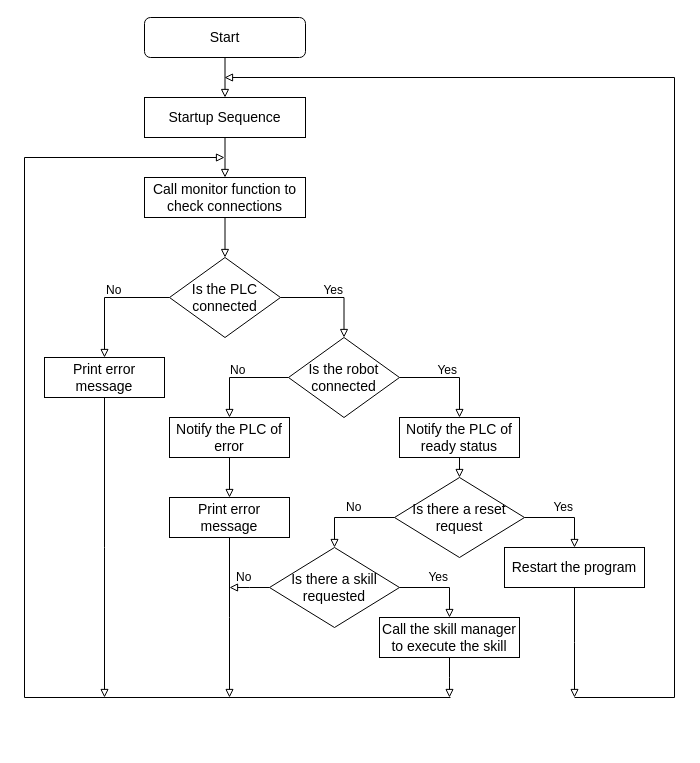
frangonzalez98/Diagramas_PFG keeps this draw.io diagram as Recycling Module Program Ablaufdiagram.drawio. Above is the earlier version. Source tidied: cells renumbered, new cells numbered last; positions are measured from the earlier drawing's top-left corner, leaving out a move shared by most shapes. Both pictures are drawn from the tidied source at 100%, with x=0, y=0 at pixel (24, 17).
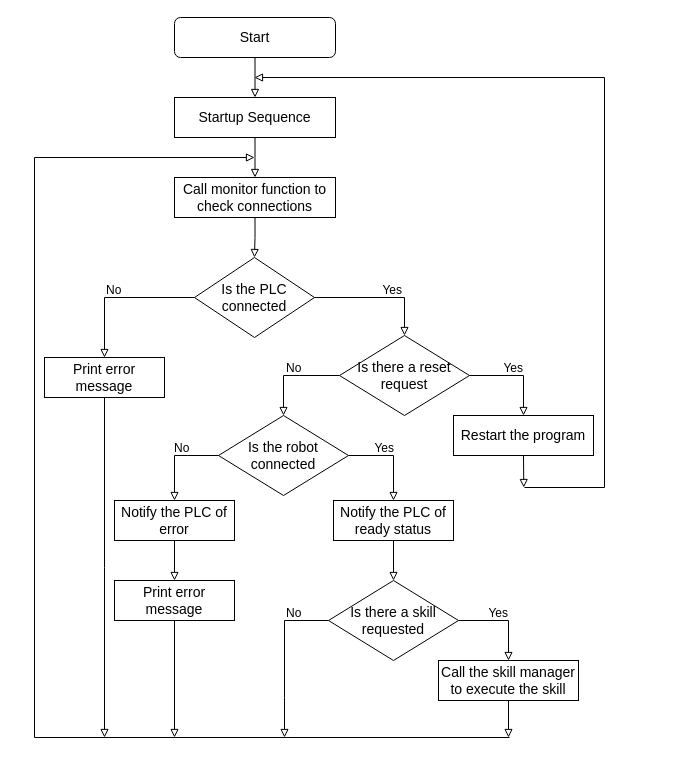
The same diagram, later.

The change refers to these unchanged cells:
```xml
<mxCell id="8" value="&lt;font style=&quot;font-size: 14px;&quot;&gt;Print error message&lt;/font&gt;" style="rounded=0;whiteSpace=wrap;html=1;fillColor=none;" parent="1" vertex="1">
  <mxGeometry x="20" y="340" width="120" height="40" as="geometry" />
</mxCell>
```

Change to the diagram source:
```diff
@@
     <mxCell id="3" value="&lt;font style=&quot;font-size: 14px;&quot;&gt;Start&lt;/font&gt;" style="rounded=1;whiteSpace=wrap;html=1;fontSize=12;glass=0;strokeWidth=1;shadow=0;fillColor=none;" parent="1" vertex="1">
-      <mxGeometry x="120" width="161" height="40" as="geometry" />
+      <mxGeometry x="150" width="161" height="40" as="geometry" />
     </mxCell>
@@
-    <mxCell id="5" style="edgeStyle=orthogonalEdgeStyle;rounded=0;jettySize=auto;html=1;exitX=1;exitY=0.5;exitDx=0;exitDy=0;entryX=0.5;entryY=0;entryDx=0;entryDy=0;endArrow=block;endFill=0;" parent="1" edge="1" source="6" target="17">
-      <mxGeometry relative="1" as="geometry" />
-    </mxCell>
+    <mxCell id="42" style="edgeStyle=orthogonalEdgeStyle;rounded=0;jettySize=auto;html=1;exitX=1;exitY=0.5;exitDx=0;exitDy=0;entryX=0.5;entryY=0;entryDx=0;entryDy=0;endArrow=block;endFill=0;" parent="1" edge="1" source="6" target="29">
+      <mxGeometry relative="1" as="geometry" />
+    </mxCell>
     <mxCell id="6" value="&lt;font style=&quot;font-size: 14px;&quot;&gt;Is the PLC connected&lt;/font&gt;" style="rhombus;whiteSpace=wrap;html=1;fontSize=12;fillColor=none;" parent="1" vertex="1">
-      <mxGeometry x="145" y="240" width="111" height="80" as="geometry" />
+      <mxGeometry x="170" y="240" width="120" height="80" as="geometry" />
     </mxCell>
-    <mxCell id="7" style="edgeStyle=orthogonalEdgeStyle;rounded=0;jettySize=auto;html=1;exitX=0.5;exitY=1;exitDx=0;exitDy=0;fontSize=14;endArrow=block;endFill=0;" parent="1" edge="1" source="8">
-      <mxGeometry relative="1" as="geometry">
-        <mxPoint x="80" y="680" as="targetPoint" />
-      </mxGeometry>
-    </mxCell>
+    <mxCell id="43" style="edgeStyle=orthogonalEdgeStyle;rounded=0;jettySize=auto;html=1;exitX=0.5;exitY=1;exitDx=0;exitDy=0;fontSize=14;endArrow=block;endFill=0;" parent="1" edge="1" source="8">
+      <mxGeometry relative="1" as="geometry">
+        <mxPoint x="80" y="720" as="targetPoint" />
+      </mxGeometry>
+    </mxCell>
@@
-    <mxCell id="10" value="Yes" style="text;html=1;strokeColor=none;fillColor=none;align=right;verticalAlign=middle;whiteSpace=wrap;rounded=0;fontSize=12;" parent="1" vertex="1">
-      <mxGeometry x="375" y="338" width="60" height="30" as="geometry" />
-    </mxCell>
-    <mxCell id="11" style="edgeStyle=orthogonalEdgeStyle;rounded=0;jettySize=auto;html=1;exitX=0.5;exitY=1;exitDx=0;exitDy=0;endArrow=block;endFill=0;" parent="1" edge="1" source="12">
-      <mxGeometry relative="1" as="geometry">
-        <mxPoint x="205" y="680" as="targetPoint" />
-      </mxGeometry>
-    </mxCell>
-    <mxCell id="12" value="&lt;font style=&quot;font-size: 14px;&quot;&gt;Print error message&lt;/font&gt;" style="rounded=0;whiteSpace=wrap;html=1;fillColor=none;" parent="1" vertex="1">
-      <mxGeometry x="145" y="480" width="120" height="40" as="geometry" />
-    </mxCell>
-    <mxCell id="13" style="edgeStyle=orthogonalEdgeStyle;rounded=0;jettySize=auto;html=1;exitX=0.5;exitY=1;exitDx=0;exitDy=0;entryX=0.5;entryY=0;entryDx=0;entryDy=0;fontSize=14;endArrow=block;endFill=0;" parent="1" edge="1" source="14">
-      <mxGeometry relative="1" as="geometry">
-        <mxPoint x="200.5" y="160" as="targetPoint" />
-      </mxGeometry>
-    </mxCell>
+    <mxCell id="44" value="Yes" style="text;html=1;strokeColor=none;fillColor=none;align=right;verticalAlign=middle;whiteSpace=wrap;rounded=0;fontSize=12;" parent="1" vertex="1">
+      <mxGeometry x="441" y="336" width="60" height="30" as="geometry" />
+    </mxCell>
+    <mxCell id="45" style="edgeStyle=orthogonalEdgeStyle;rounded=0;jettySize=auto;html=1;exitX=0.5;exitY=1;exitDx=0;exitDy=0;entryX=0.5;entryY=0;entryDx=0;entryDy=0;fontSize=14;endArrow=block;endFill=0;" parent="1" edge="1" source="14">
+      <mxGeometry relative="1" as="geometry">
+        <mxPoint x="230.5" y="160" as="targetPoint" />
+      </mxGeometry>
+    </mxCell>
     <mxCell id="14" value="&lt;font style=&quot;font-size: 14px;&quot;&gt;Startup Sequence&lt;/font&gt;" style="rounded=0;whiteSpace=wrap;html=1;fillColor=none;" parent="1" vertex="1">
-      <mxGeometry x="120" y="80" width="161" height="40" as="geometry" />
+      <mxGeometry x="150" y="80" width="161" height="40" as="geometry" />
     </mxCell>
-    <mxCell id="15" style="edgeStyle=orthogonalEdgeStyle;rounded=0;jettySize=auto;html=1;exitX=0;exitY=0.5;exitDx=0;exitDy=0;entryX=0.5;entryY=0;entryDx=0;entryDy=0;endArrow=block;endFill=0;" parent="1" edge="1" source="17" target="24">
-      <mxGeometry relative="1" as="geometry" />
-    </mxCell>
-    <mxCell id="16" style="edgeStyle=orthogonalEdgeStyle;rounded=0;jettySize=auto;html=1;exitX=1;exitY=0.5;exitDx=0;exitDy=0;entryX=0.5;entryY=0;entryDx=0;entryDy=0;endArrow=block;endFill=0;" parent="1" edge="1" source="17" target="26">
-      <mxGeometry relative="1" as="geometry" />
-    </mxCell>
-    <mxCell id="17" value="&lt;font style=&quot;font-size: 14px;&quot;&gt;Is the robot connected&lt;/font&gt;" style="rhombus;whiteSpace=wrap;html=1;fontSize=12;fillColor=none;" parent="1" vertex="1">
-      <mxGeometry x="264" y="320" width="111" height="80" as="geometry" />
-    </mxCell>
-    <mxCell id="18" value="No" style="text;html=1;strokeColor=none;fillColor=none;align=left;verticalAlign=middle;whiteSpace=wrap;rounded=0;fontSize=12;" parent="1" vertex="1">
-      <mxGeometry x="204" y="338" width="60" height="30" as="geometry" />
-    </mxCell>
-    <mxCell id="19" value="Yes" style="text;html=1;strokeColor=none;fillColor=none;align=right;verticalAlign=middle;whiteSpace=wrap;rounded=0;fontSize=12;" parent="1" vertex="1">
-      <mxGeometry x="261" y="258" width="60" height="30" as="geometry" />
-    </mxCell>
-    <mxCell id="20" style="endArrow=block;html=1;rounded=0;fontSize=14;endFill=0;" parent="1" edge="1">
-      <mxGeometry relative="1" as="geometry">
-        <mxPoint x="426" y="680" as="sourcePoint" />
-        <mxPoint x="200" y="140" as="targetPoint" />
-        <Array as="points">
-          <mxPoint y="680" />
-          <mxPoint y="140" />
-        </Array>
-      </mxGeometry>
-    </mxCell>
+    <mxCell id="46" style="edgeStyle=orthogonalEdgeStyle;rounded=0;jettySize=auto;html=1;exitX=0;exitY=0.5;exitDx=0;exitDy=0;entryX=0.5;entryY=0;entryDx=0;entryDy=0;endArrow=block;endFill=0;" parent="1" edge="1" source="29" target="17">
+      <mxGeometry relative="1" as="geometry" />
+    </mxCell>
+    <mxCell id="47" value="No" style="text;html=1;strokeColor=none;fillColor=none;align=left;verticalAlign=middle;whiteSpace=wrap;rounded=0;fontSize=12;" parent="1" vertex="1">
+      <mxGeometry x="259.5" y="336" width="60" height="30" as="geometry" />
+    </mxCell>
+    <mxCell id="48" value="Yes" style="text;html=1;strokeColor=none;fillColor=none;align=right;verticalAlign=middle;whiteSpace=wrap;rounded=0;fontSize=12;" parent="1" vertex="1">
+      <mxGeometry x="320" y="258" width="60" height="30" as="geometry" />
+    </mxCell>
+    <mxCell id="49" style="endArrow=block;html=1;rounded=0;fontSize=14;endFill=0;" parent="1" edge="1">
+      <mxGeometry relative="1" as="geometry">
+        <mxPoint x="485" y="720" as="sourcePoint" />
+        <mxPoint x="230" y="140" as="targetPoint" />
+        <Array as="points">
+          <mxPoint x="10" y="720" />
+          <mxPoint x="10" y="140" />
+        </Array>
+      </mxGeometry>
+    </mxCell>
@@
     <mxCell id="22" value="&lt;span style=&quot;font-size: 14px;&quot;&gt;Call monitor function to check connections&lt;/span&gt;" style="rounded=0;whiteSpace=wrap;html=1;fillColor=none;" parent="1" vertex="1">
-      <mxGeometry x="120" y="160" width="161" height="40" as="geometry" />
+      <mxGeometry x="150" y="160" width="161" height="40" as="geometry" />
     </mxCell>
+    <mxCell id="50" style="edgeStyle=orthogonalEdgeStyle;rounded=0;jettySize=auto;html=1;exitX=0.5;exitY=1;exitDx=0;exitDy=0;entryX=0.5;entryY=0;entryDx=0;entryDy=0;endArrow=block;endFill=0;" parent="1" edge="1" source="26" target="36">
+      <mxGeometry relative="1" as="geometry" />
+    </mxCell>
+    <mxCell id="26" value="&lt;span style=&quot;font-size: 14px;&quot;&gt;Notify the PLC of ready status&lt;/span&gt;" style="rounded=0;whiteSpace=wrap;html=1;fillColor=none;" parent="1" vertex="1">
+      <mxGeometry x="309" y="483" width="120" height="40" as="geometry" />
+    </mxCell>
+    <mxCell id="51" style="edgeStyle=orthogonalEdgeStyle;rounded=0;jettySize=auto;html=1;exitX=0.5;exitY=1;exitDx=0;exitDy=0;endArrow=block;endFill=0;" parent="1" edge="1" source="33">
+      <mxGeometry relative="1" as="geometry">
+        <mxPoint x="499.3" y="470" as="targetPoint" />
+      </mxGeometry>
+    </mxCell>
+    <mxCell id="33" value="&lt;span style=&quot;font-size: 14px;&quot;&gt;Restart the program&lt;/span&gt;" style="rounded=0;whiteSpace=wrap;html=1;fillColor=none;" parent="1" vertex="1">
+      <mxGeometry x="429" y="398" width="140" height="40" as="geometry" />
+    </mxCell>
+    <mxCell id="34" style="edgeStyle=orthogonalEdgeStyle;rounded=0;jettySize=auto;html=1;exitX=1;exitY=0.5;exitDx=0;exitDy=0;entryX=0.5;entryY=0;entryDx=0;entryDy=0;endArrow=block;endFill=0;" parent="1" edge="1" source="36" target="40">
+      <mxGeometry relative="1" as="geometry" />
+    </mxCell>
+    <mxCell id="52" style="edgeStyle=orthogonalEdgeStyle;rounded=0;jettySize=auto;html=1;exitX=0;exitY=0.5;exitDx=0;exitDy=0;endArrow=block;endFill=0;" parent="1" edge="1" source="36">
+      <mxGeometry relative="1" as="geometry">
+        <mxPoint x="260" y="720" as="targetPoint" />
+        <Array as="points">
+          <mxPoint x="260" y="603" />
+          <mxPoint x="260" y="680" />
+        </Array>
+      </mxGeometry>
+    </mxCell>
+    <mxCell id="36" value="&lt;font style=&quot;font-size: 14px;&quot;&gt;Is there a skill requested&lt;/font&gt;" style="rhombus;whiteSpace=wrap;html=1;fontSize=12;fillColor=none;" parent="1" vertex="1">
+      <mxGeometry x="304" y="563" width="130" height="80" as="geometry" />
+    </mxCell>
+    <mxCell id="53" value="Yes" style="text;html=1;strokeColor=none;fillColor=none;align=right;verticalAlign=middle;whiteSpace=wrap;rounded=0;fontSize=12;" parent="1" vertex="1">
+      <mxGeometry x="445" y="581" width="40.5" height="30" as="geometry" />
+    </mxCell>
+    <mxCell id="54" value="No" style="text;html=1;strokeColor=none;fillColor=none;align=left;verticalAlign=middle;whiteSpace=wrap;rounded=0;fontSize=12;" parent="1" vertex="1">
+      <mxGeometry x="259.5" y="581" width="30.5" height="30" as="geometry" />
+    </mxCell>
+    <mxCell id="55" style="edgeStyle=orthogonalEdgeStyle;rounded=0;jettySize=auto;html=1;exitX=0.5;exitY=1;exitDx=0;exitDy=0;endArrow=block;endFill=0;" parent="1" edge="1" source="40">
+      <mxGeometry relative="1" as="geometry">
+        <mxPoint x="484" y="720" as="targetPoint" />
+      </mxGeometry>
+    </mxCell>
+    <mxCell id="40" value="&lt;span style=&quot;font-size: 14px;&quot;&gt;Call the skill manager to execute the skill&lt;/span&gt;" style="rounded=0;whiteSpace=wrap;html=1;fillColor=none;" parent="1" vertex="1">
+      <mxGeometry x="414" y="643" width="140" height="40" as="geometry" />
+    </mxCell>
+    <mxCell id="56" style="endArrow=block;html=1;rounded=0;endFill=0;" parent="1" edge="1">
+      <mxGeometry relative="1" as="geometry">
+        <mxPoint x="500" y="470" as="sourcePoint" />
+        <mxPoint x="230" y="60" as="targetPoint" />
+        <Array as="points">
+          <mxPoint x="580" y="470" />
+          <mxPoint x="580" y="60" />
+        </Array>
+      </mxGeometry>
+    </mxCell>
+    <mxCell id="28" style="edgeStyle=orthogonalEdgeStyle;rounded=0;jettySize=auto;html=1;exitX=1;exitY=0.5;exitDx=0;exitDy=0;entryX=0.5;entryY=0;entryDx=0;entryDy=0;endArrow=block;endFill=0;" parent="1" edge="1" source="29" target="33">
+      <mxGeometry relative="1" as="geometry" />
+    </mxCell>
+    <mxCell id="29" value="&lt;font style=&quot;font-size: 14px;&quot;&gt;Is there a reset request&lt;/font&gt;" style="rhombus;whiteSpace=wrap;html=1;fontSize=12;fillColor=none;" parent="1" vertex="1">
+      <mxGeometry x="315" y="318" width="130" height="80" as="geometry" />
+    </mxCell>
+    <mxCell id="16" style="edgeStyle=orthogonalEdgeStyle;rounded=0;jettySize=auto;html=1;exitX=1;exitY=0.5;exitDx=0;exitDy=0;entryX=0.5;entryY=0;entryDx=0;entryDy=0;endArrow=block;endFill=0;" parent="1" edge="1" source="17" target="26">
+      <mxGeometry relative="1" as="geometry" />
+    </mxCell>
+    <mxCell id="15" style="edgeStyle=orthogonalEdgeStyle;rounded=0;jettySize=auto;html=1;exitX=0;exitY=0.5;exitDx=0;exitDy=0;entryX=0.5;entryY=0;entryDx=0;entryDy=0;endArrow=block;endFill=0;" parent="1" edge="1" source="17" target="24">
+      <mxGeometry relative="1" as="geometry" />
+    </mxCell>
+    <mxCell id="17" value="&lt;font style=&quot;font-size: 14px;&quot;&gt;Is the robot connected&lt;/font&gt;" style="rhombus;whiteSpace=wrap;html=1;fontSize=12;fillColor=none;" parent="1" vertex="1">
+      <mxGeometry x="194" y="398" width="130" height="80" as="geometry" />
+    </mxCell>
+    <mxCell id="57" style="edgeStyle=orthogonalEdgeStyle;rounded=0;jettySize=auto;html=1;exitX=0.5;exitY=1;exitDx=0;exitDy=0;endArrow=block;endFill=0;" parent="1" edge="1" source="12">
+      <mxGeometry relative="1" as="geometry">
+        <mxPoint x="150" y="720" as="targetPoint" />
+      </mxGeometry>
+    </mxCell>
+    <mxCell id="12" value="&lt;font style=&quot;font-size: 14px;&quot;&gt;Print error message&lt;/font&gt;" style="rounded=0;whiteSpace=wrap;html=1;fillColor=none;" parent="1" vertex="1">
+      <mxGeometry x="90" y="563" width="120" height="40" as="geometry" />
+    </mxCell>
@@
     <mxCell id="24" value="&lt;font style=&quot;font-size: 14px;&quot;&gt;Notify the PLC of error&lt;/font&gt;" style="rounded=0;whiteSpace=wrap;html=1;fillColor=none;" parent="1" vertex="1">
-      <mxGeometry x="145" y="400" width="120" height="40" as="geometry" />
+      <mxGeometry x="90" y="483" width="120" height="40" as="geometry" />
     </mxCell>
-    <mxCell id="25" style="edgeStyle=orthogonalEdgeStyle;rounded=0;jettySize=auto;html=1;exitX=0.5;exitY=1;exitDx=0;exitDy=0;entryX=0.5;entryY=0;entryDx=0;entryDy=0;endArrow=block;endFill=0;" parent="1" edge="1" source="26" target="29">
-      <mxGeometry relative="1" as="geometry" />
-    </mxCell>
-    <mxCell id="26" value="&lt;span style=&quot;font-size: 14px;&quot;&gt;Notify the PLC of ready status&lt;/span&gt;" style="rounded=0;whiteSpace=wrap;html=1;fillColor=none;" parent="1" vertex="1">
-      <mxGeometry x="375" y="400" width="120" height="40" as="geometry" />
-    </mxCell>
-    <mxCell id="27" style="edgeStyle=orthogonalEdgeStyle;rounded=0;jettySize=auto;html=1;exitX=0;exitY=0.5;exitDx=0;exitDy=0;endArrow=block;endFill=0;entryX=0.5;entryY=0;entryDx=0;entryDy=0;" parent="1" edge="1" source="29" target="36">
-      <mxGeometry relative="1" as="geometry" />
-    </mxCell>
-    <mxCell id="28" style="edgeStyle=orthogonalEdgeStyle;rounded=0;jettySize=auto;html=1;exitX=1;exitY=0.5;exitDx=0;exitDy=0;entryX=0.5;entryY=0;entryDx=0;entryDy=0;endArrow=block;endFill=0;" parent="1" edge="1" source="29" target="33">
-      <mxGeometry relative="1" as="geometry" />
-    </mxCell>
-    <mxCell id="29" value="&lt;font style=&quot;font-size: 14px;&quot;&gt;Is there a reset request&lt;/font&gt;" style="rhombus;whiteSpace=wrap;html=1;fontSize=12;fillColor=none;" parent="1" vertex="1">
-      <mxGeometry x="370" y="460" width="130" height="80" as="geometry" />
-    </mxCell>
-    <mxCell id="30" value="Yes" style="text;html=1;strokeColor=none;fillColor=none;align=right;verticalAlign=middle;whiteSpace=wrap;rounded=0;fontSize=12;" parent="1" vertex="1">
-      <mxGeometry x="510" y="475" width="40.5" height="30" as="geometry" />
-    </mxCell>
-    <mxCell id="31" value="No" style="text;html=1;strokeColor=none;fillColor=none;align=left;verticalAlign=middle;whiteSpace=wrap;rounded=0;fontSize=12;" parent="1" vertex="1">
-      <mxGeometry x="319.5" y="475" width="30.5" height="30" as="geometry" />
-    </mxCell>
-    <mxCell id="32" style="edgeStyle=orthogonalEdgeStyle;rounded=0;jettySize=auto;html=1;exitX=0.5;exitY=1;exitDx=0;exitDy=0;endArrow=block;endFill=0;" parent="1" edge="1" source="33">
-      <mxGeometry relative="1" as="geometry">
-        <mxPoint x="550" y="680" as="targetPoint" />
-      </mxGeometry>
-    </mxCell>
-    <mxCell id="33" value="&lt;span style=&quot;font-size: 14px;&quot;&gt;Restart the program&lt;/span&gt;" style="rounded=0;whiteSpace=wrap;html=1;fillColor=none;" parent="1" vertex="1">
-      <mxGeometry x="480" y="530" width="140" height="40" as="geometry" />
-    </mxCell>
-    <mxCell id="34" style="edgeStyle=orthogonalEdgeStyle;rounded=0;jettySize=auto;html=1;exitX=1;exitY=0.5;exitDx=0;exitDy=0;entryX=0.5;entryY=0;entryDx=0;entryDy=0;endArrow=block;endFill=0;" parent="1" edge="1" source="36" target="40">
-      <mxGeometry relative="1" as="geometry" />
-    </mxCell>
-    <mxCell id="35" style="edgeStyle=orthogonalEdgeStyle;rounded=0;jettySize=auto;html=1;exitX=0;exitY=0.5;exitDx=0;exitDy=0;endArrow=block;endFill=0;" parent="1" edge="1" source="36">
-      <mxGeometry relative="1" as="geometry">
-        <mxPoint x="205" y="570" as="targetPoint" />
-      </mxGeometry>
-    </mxCell>
-    <mxCell id="36" value="&lt;font style=&quot;font-size: 14px;&quot;&gt;Is there a skill requested&lt;/font&gt;" style="rhombus;whiteSpace=wrap;html=1;fontSize=12;fillColor=none;" parent="1" vertex="1">
-      <mxGeometry x="245" y="530" width="130" height="80" as="geometry" />
-    </mxCell>
-    <mxCell id="37" value="Yes" style="text;html=1;strokeColor=none;fillColor=none;align=right;verticalAlign=middle;whiteSpace=wrap;rounded=0;fontSize=12;" parent="1" vertex="1">
-      <mxGeometry x="385" y="545" width="40.5" height="30" as="geometry" />
-    </mxCell>
-    <mxCell id="38" value="No" style="text;html=1;strokeColor=none;fillColor=none;align=left;verticalAlign=middle;whiteSpace=wrap;rounded=0;fontSize=12;" parent="1" vertex="1">
-      <mxGeometry x="209.5" y="545" width="30.5" height="30" as="geometry" />
-    </mxCell>
-    <mxCell id="39" style="edgeStyle=orthogonalEdgeStyle;rounded=0;jettySize=auto;html=1;exitX=0.5;exitY=1;exitDx=0;exitDy=0;endArrow=block;endFill=0;" parent="1" edge="1" source="40">
-      <mxGeometry relative="1" as="geometry">
-        <mxPoint x="425" y="680" as="targetPoint" />
-      </mxGeometry>
-    </mxCell>
-    <mxCell id="40" value="&lt;span style=&quot;font-size: 14px;&quot;&gt;Call the skill manager to execute the skill&lt;/span&gt;" style="rounded=0;whiteSpace=wrap;html=1;fillColor=none;" parent="1" vertex="1">
-      <mxGeometry x="355" y="600" width="140" height="40" as="geometry" />
-    </mxCell>
-    <mxCell id="41" style="endArrow=block;html=1;rounded=0;endFill=0;" parent="1" edge="1">
-      <mxGeometry relative="1" as="geometry">
-        <mxPoint x="550" y="680" as="sourcePoint" />
-        <mxPoint x="200" y="60" as="targetPoint" />
-        <Array as="points">
-          <mxPoint x="650" y="680" />
-          <mxPoint x="650" y="60" />
-        </Array>
-      </mxGeometry>
-    </mxCell>
+    <mxCell id="58" value="Yes" style="text;html=1;strokeColor=none;fillColor=none;align=right;verticalAlign=middle;whiteSpace=wrap;rounded=0;fontSize=12;" parent="1" vertex="1">
+      <mxGeometry x="330.5" y="416" width="40.5" height="30" as="geometry" />
+    </mxCell>
+    <mxCell id="59" value="No" style="text;html=1;strokeColor=none;fillColor=none;align=left;verticalAlign=middle;whiteSpace=wrap;rounded=0;fontSize=12;" parent="1" vertex="1">
+      <mxGeometry x="148" y="416" width="30.5" height="30" as="geometry" />
+    </mxCell>
```
